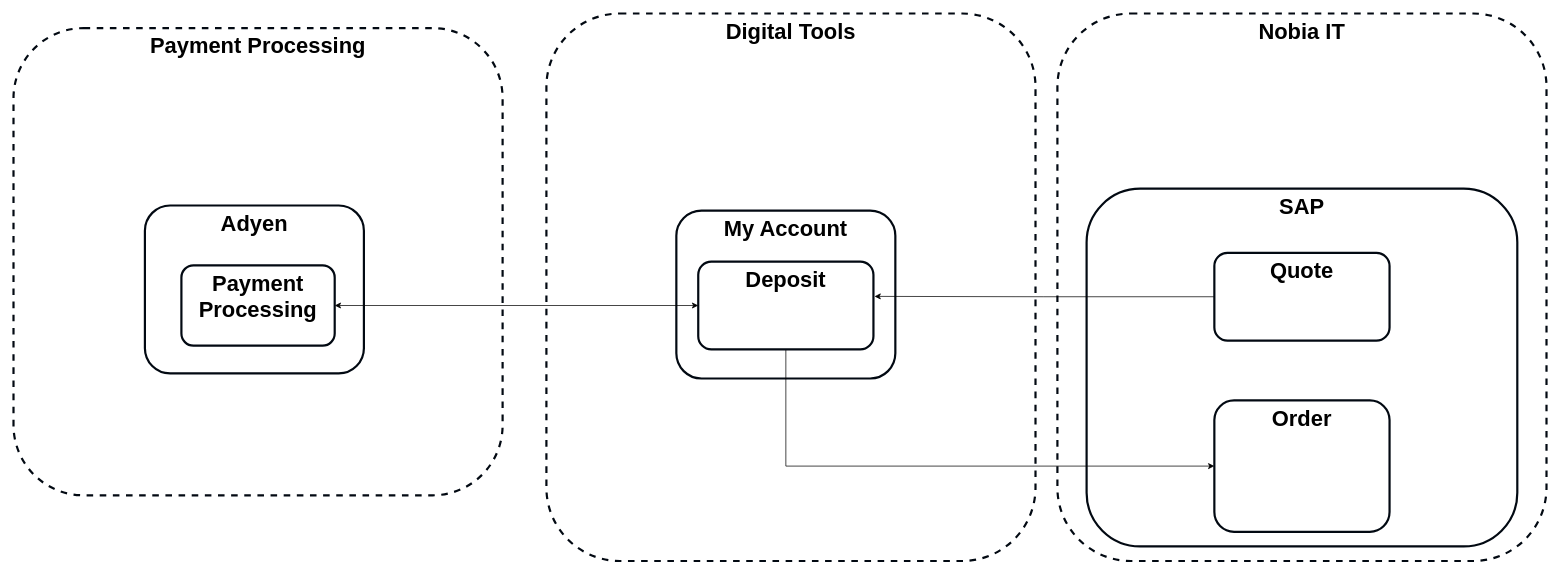
mrf742002/Diagrams keeps this draw.io diagram as page "Deposit" (3 of 9) of Calendar.drawio. Above is the earlier version. Source tidied: cells renumbered, new cells numbered last; positions are measured from the earlier drawing's top-left corner, leaving out a move shared by most shapes. Both pictures are drawn from the tidied source at 73%, with x=0, y=0 at pixel (13, 13).
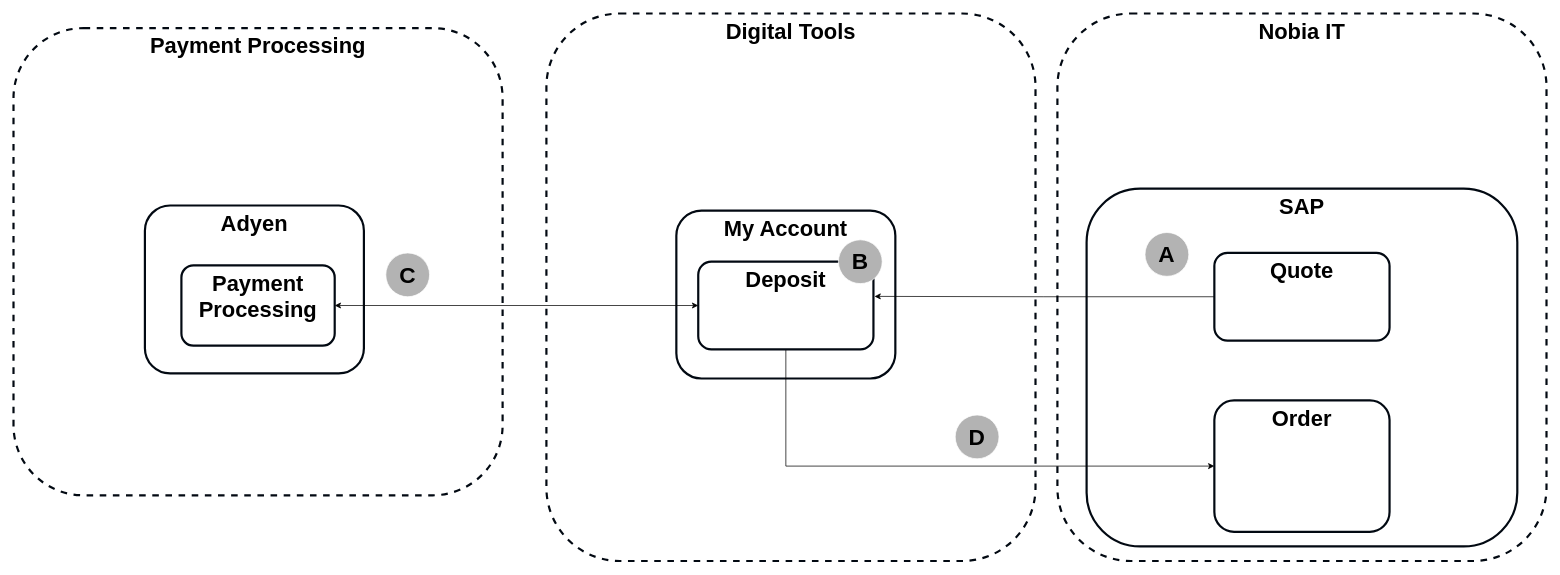
The same page after the edit.

Diff of the diagram source:
```diff
@@
 <mxGraphModel>
   <root>
     <mxCell id="0" />
     <mxCell id="1" parent="0" />
     <mxCell id="2" value="&lt;span style=&quot;font-size: 30px&quot;&gt;&lt;b&gt;Digital Tools&lt;/b&gt;&lt;/span&gt;" style="rounded=1;whiteSpace=wrap;html=1;verticalAlign=top;strokeWidth=3;strokeColor=#020912;dashed=1;" parent="1" vertex="1">
       <mxGeometry x="730" width="670" height="750" as="geometry" />
     </mxCell>
     <mxCell id="3" value="&lt;span style=&quot;font-size: 30px&quot;&gt;&lt;b&gt;Nobia IT&lt;/b&gt;&lt;/span&gt;" style="rounded=1;whiteSpace=wrap;html=1;verticalAlign=top;strokeWidth=3;strokeColor=#020912;dashed=1;" parent="1" vertex="1">
       <mxGeometry x="1430" width="670" height="750" as="geometry" />
     </mxCell>
     <mxCell id="4" value="&lt;span style=&quot;font-size: 30px&quot;&gt;&lt;b&gt;SAP&lt;/b&gt;&lt;/span&gt;" style="rounded=1;whiteSpace=wrap;html=1;verticalAlign=top;strokeWidth=3;strokeColor=#020912;" parent="1" vertex="1">
       <mxGeometry x="1470" y="240" width="590" height="490" as="geometry" />
     </mxCell>
     <mxCell id="5" value="&lt;span style=&quot;font-size: 30px&quot;&gt;&lt;b&gt;My Account&lt;/b&gt;&lt;/span&gt;" style="rounded=1;whiteSpace=wrap;html=1;verticalAlign=top;strokeWidth=3;strokeColor=#020912;" parent="1" vertex="1">
       <mxGeometry x="908" y="270" width="300" height="230" as="geometry" />
     </mxCell>
     <mxCell id="6" style="edgeStyle=orthogonalEdgeStyle;rounded=0;jettySize=auto;html=1;exitX=0;exitY=0.5;exitDx=0;exitDy=0;entryX=1.006;entryY=0.396;entryDx=0;entryDy=0;entryPerimeter=0;" parent="1" edge="1" source="7" target="9">
       <mxGeometry relative="1" as="geometry" />
     </mxCell>
     <mxCell id="7" value="&lt;span style=&quot;font-size: 30px&quot;&gt;&lt;b&gt;Quote&lt;/b&gt;&lt;/span&gt;" style="rounded=1;whiteSpace=wrap;html=1;verticalAlign=top;strokeWidth=3;strokeColor=#020912;" parent="1" vertex="1">
       <mxGeometry x="1645" y="328" width="240" height="120" as="geometry" />
     </mxCell>
     <mxCell id="8" style="edgeStyle=orthogonalEdgeStyle;rounded=0;jettySize=auto;html=1;exitX=0.5;exitY=1;exitDx=0;exitDy=0;entryX=0;entryY=0.5;entryDx=0;entryDy=0;" parent="1" edge="1" source="9" target="14">
       <mxGeometry relative="1" as="geometry" />
     </mxCell>
     <mxCell id="9" value="&lt;span style=&quot;font-size: 30px&quot;&gt;&lt;b&gt;Deposit&lt;/b&gt;&lt;/span&gt;" style="rounded=1;whiteSpace=wrap;html=1;verticalAlign=top;strokeWidth=3;strokeColor=#020912;" parent="1" vertex="1">
       <mxGeometry x="938" y="340" width="240" height="120" as="geometry" />
     </mxCell>
     <mxCell id="10" value="&lt;span style=&quot;font-size: 30px&quot;&gt;&lt;b&gt;Payment Processing&lt;/b&gt;&lt;/span&gt;" style="rounded=1;whiteSpace=wrap;html=1;verticalAlign=top;strokeWidth=3;strokeColor=#020912;dashed=1;" parent="1" vertex="1">
       <mxGeometry y="20" width="670" height="640" as="geometry" />
     </mxCell>
     <mxCell id="11" value="&lt;span style=&quot;font-size: 30px&quot;&gt;&lt;b&gt;Adyen&lt;/b&gt;&lt;/span&gt;" style="rounded=1;whiteSpace=wrap;html=1;verticalAlign=top;strokeWidth=3;strokeColor=#020912;" parent="1" vertex="1">
       <mxGeometry x="180" y="263" width="300" height="230" as="geometry" />
     </mxCell>
     <mxCell id="12" style="edgeStyle=orthogonalEdgeStyle;rounded=0;jettySize=auto;html=1;exitX=1;exitY=0.5;exitDx=0;exitDy=0;startArrow=classic;startFill=1;" parent="1" edge="1" source="13" target="9">
       <mxGeometry relative="1" as="geometry" />
     </mxCell>
     <mxCell id="13" value="&lt;span style=&quot;font-size: 30px&quot;&gt;&lt;b&gt;Payment Processing&lt;/b&gt;&lt;/span&gt;" style="rounded=1;whiteSpace=wrap;html=1;verticalAlign=top;strokeWidth=3;strokeColor=#020912;" parent="1" vertex="1">
       <mxGeometry x="230" y="345" width="210" height="110" as="geometry" />
     </mxCell>
     <mxCell id="14" value="&lt;span style=&quot;font-size: 30px&quot;&gt;&lt;b&gt;Order&lt;/b&gt;&lt;/span&gt;" style="rounded=1;whiteSpace=wrap;html=1;verticalAlign=top;strokeWidth=3;strokeColor=#020912;" parent="1" vertex="1">
       <mxGeometry x="1645" y="530" width="240" height="180" as="geometry" />
     </mxCell>
+    <mxCell id="15" value="&lt;b style=&quot;font-size: 31px;&quot;&gt;&lt;font style=&quot;font-size: 31px;&quot;&gt;A&lt;/font&gt;&lt;/b&gt;" style="ellipse;whiteSpace=wrap;html=1;strokeColor=#FFFFFF;fillColor=#B3B3B3;fontSize=31;" parent="1" vertex="1">
+      <mxGeometry x="1550" y="300" width="60" height="60" as="geometry" />
+    </mxCell>
+    <mxCell id="16" value="&lt;b&gt;B&lt;/b&gt;" style="ellipse;whiteSpace=wrap;html=1;strokeColor=#FFFFFF;fillColor=#B3B3B3;fontSize=31;" parent="1" vertex="1">
+      <mxGeometry x="1130" y="310" width="60" height="60" as="geometry" />
+    </mxCell>
+    <mxCell id="17" value="&lt;b style=&quot;font-size: 31px&quot;&gt;&lt;font style=&quot;font-size: 31px&quot;&gt;C&lt;/font&gt;&lt;/b&gt;" style="ellipse;whiteSpace=wrap;html=1;strokeColor=#FFFFFF;fillColor=#B3B3B3;fontSize=31;" parent="1" vertex="1">
+      <mxGeometry x="510" y="328" width="60" height="60" as="geometry" />
+    </mxCell>
+    <mxCell id="18" value="&lt;b style=&quot;font-size: 31px&quot;&gt;&lt;font style=&quot;font-size: 31px&quot;&gt;D&lt;/font&gt;&lt;/b&gt;" style="ellipse;whiteSpace=wrap;html=1;strokeColor=#FFFFFF;fillColor=#B3B3B3;fontSize=31;" parent="1" vertex="1">
+      <mxGeometry x="1290" y="550" width="60" height="60" as="geometry" />
+    </mxCell>
   </root>
 </mxGraphModel>
```
